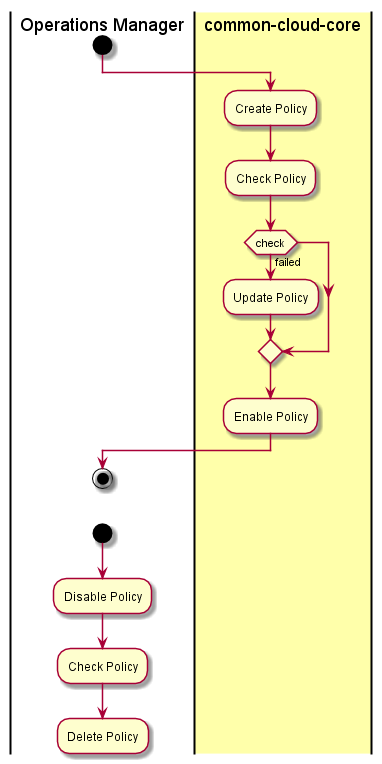
CAADE/C3 keeps this PlantUML diagram as docs/UseCases/Manage-Policies/Activities.png. Above is the earlier version.
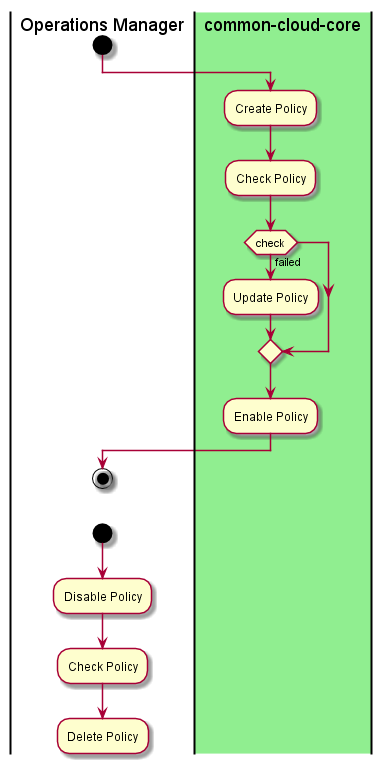
Above is the later version.

What changed in the source:
```diff
@@ -1,7 +1,7 @@
 @startuml
 |Operations Manager|
 start
-|#ffffaa|common-cloud-core|
+|#lightgreen|common-cloud-core|
 :Create Policy;
 :Check Policy;
 if(check) then (failed)
```
